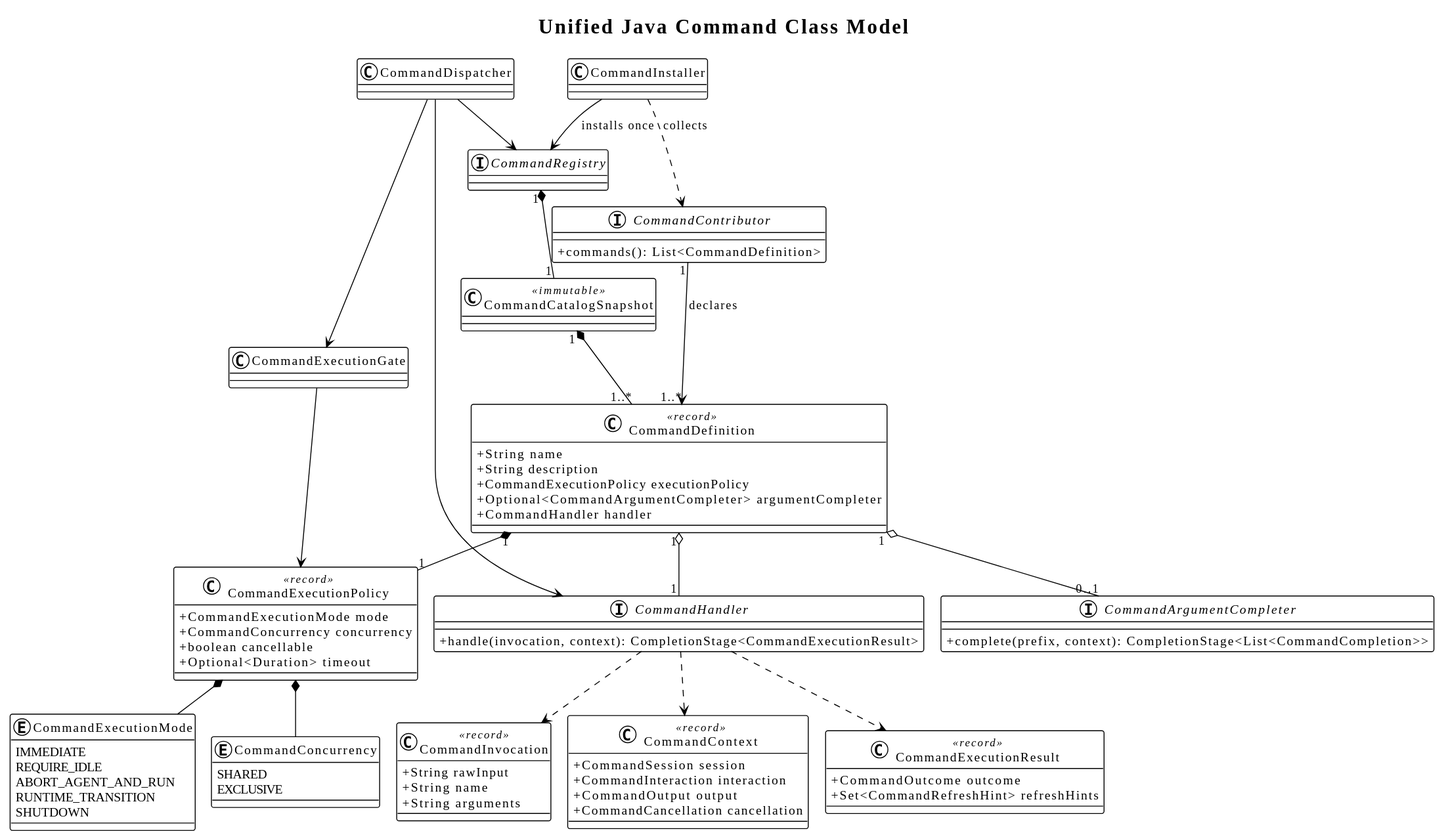
Before: diagrams/command/04-unified-class-model.svg, a diagram exported from PlantUML (superheromeZzh/pi-mono-java-design). The source it was exported from:
```plantuml
@startuml
!theme plain
!pragma layout smetana
skinparam defaultFontName "SansSerif"
skinparam shadowing false
skinparam backgroundColor transparent
skinparam classAttributeIconSize 0
title Unified Java Command Class Model

interface CommandContributor {
  + commands(): List<CommandDefinition>
}

class CommandDefinition <<record>> {
  + String name
  + String description
  + CommandExecutionPolicy executionPolicy
  + Optional<CommandArgumentCompleter> argumentCompleter
  + CommandHandler handler
}

interface CommandHandler {
  + handle(invocation, context): CompletionStage<CommandExecutionResult>
}

interface CommandArgumentCompleter {
  + complete(prefix, context): CompletionStage<List<CommandCompletion>>
}

class CommandExecutionPolicy <<record>> {
  + CommandExecutionMode mode
  + CommandConcurrency concurrency
  + boolean cancellable
  + Optional<Duration> timeout
}

enum CommandExecutionMode {
  IMMEDIATE
  REQUIRE_IDLE
  ABORT_AGENT_AND_RUN
  RUNTIME_TRANSITION
  SHUTDOWN
}

enum CommandConcurrency {
  SHARED
  EXCLUSIVE
}

class CommandInvocation <<record>> {
  + String rawInput
  + String name
  + String arguments
}

class CommandContext <<record>> {
  + CommandSession session
  + CommandInteraction interaction
  + CommandOutput output
  + CommandCancellation cancellation
}

class CommandExecutionResult <<record>> {
  + CommandOutcome outcome
  + Set<CommandRefreshHint> refreshHints
}

class CommandCatalogSnapshot <<immutable>>
class CommandInstaller
interface CommandRegistry
class CommandDispatcher
class CommandExecutionGate

CommandContributor "1" --> "1..*" CommandDefinition : declares
CommandDefinition "1" *-- "1" CommandExecutionPolicy
CommandDefinition "1" o-- "0..1" CommandArgumentCompleter
CommandDefinition "1" o-- "1" CommandHandler
CommandExecutionPolicy *-- CommandExecutionMode
CommandExecutionPolicy *-- CommandConcurrency
CommandInstaller ..> CommandContributor : collects
CommandInstaller --> CommandRegistry : installs once
CommandRegistry "1" *-- "1" CommandCatalogSnapshot
CommandCatalogSnapshot "1" *-- "1..*" CommandDefinition
CommandDispatcher --> CommandRegistry
CommandDispatcher --> CommandExecutionGate
CommandExecutionGate --> CommandExecutionPolicy
CommandDispatcher --> CommandHandler
CommandHandler ..> CommandInvocation
CommandHandler ..> CommandContext
CommandHandler ..> CommandExecutionResult
@enduml
```
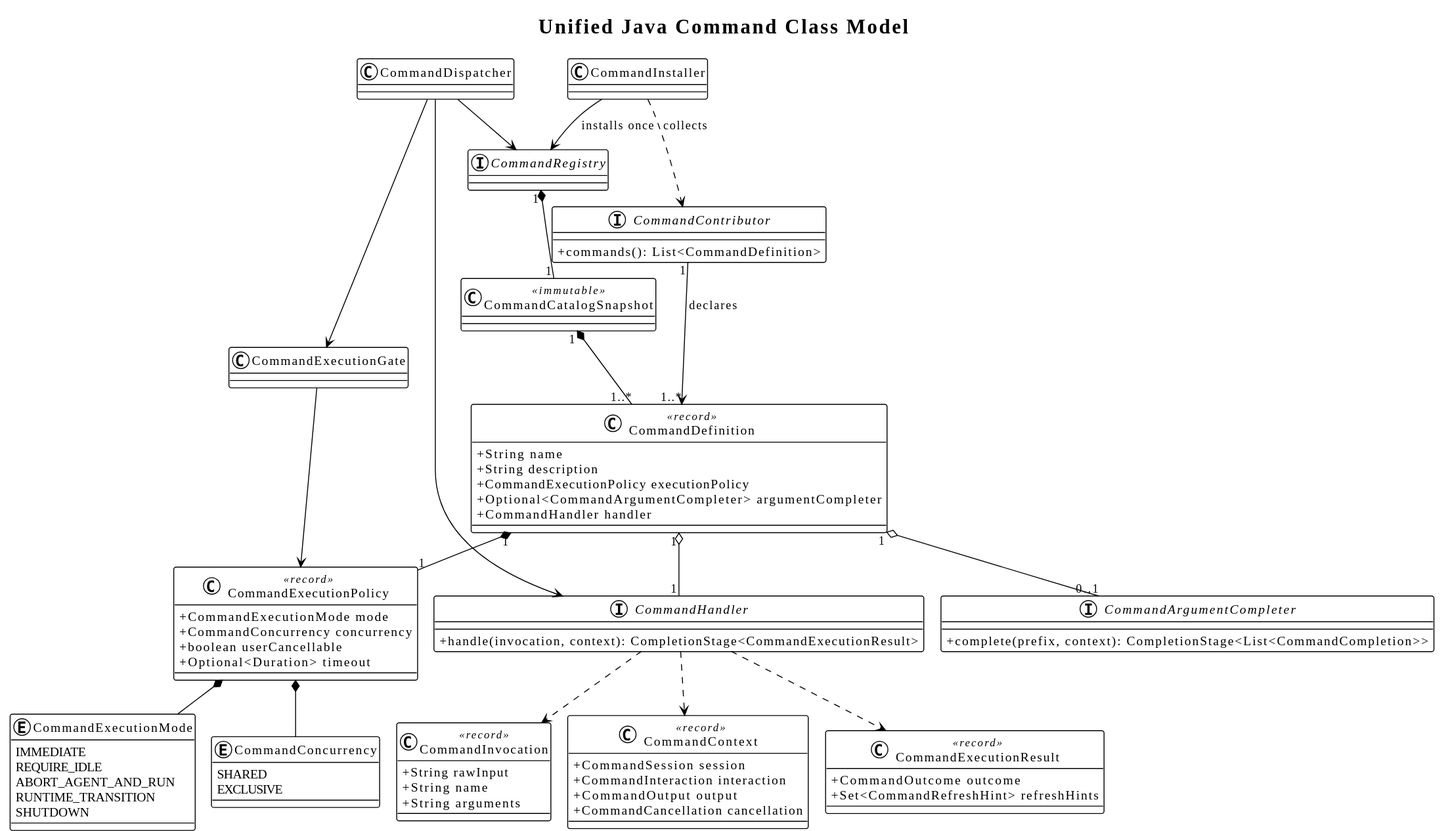
After the change.

What changed in the source:
```diff
@@ -30,7 +30,7 @@
 class CommandExecutionPolicy <<record>> {
   + CommandExecutionMode mode
   + CommandConcurrency concurrency
-  + boolean cancellable
+  + boolean userCancellable
   + Optional<Duration> timeout
 }
 
```
